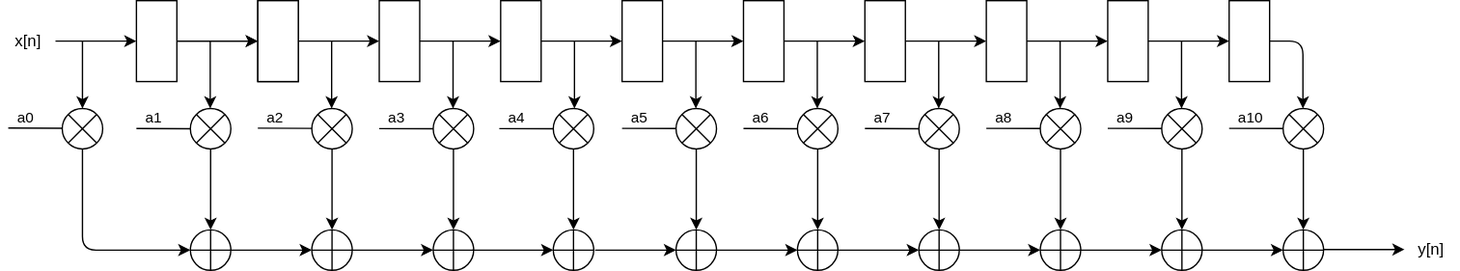
Above: report/schematic/FIR.svg in lorenzocarrano/ISA_2021_Group21_Labs (draw.io), before the change. Source tidied: cells renumbered, new cells last; positions are measured from the earlier drawing's top-left corner, leaving out a move shared by most shapes.
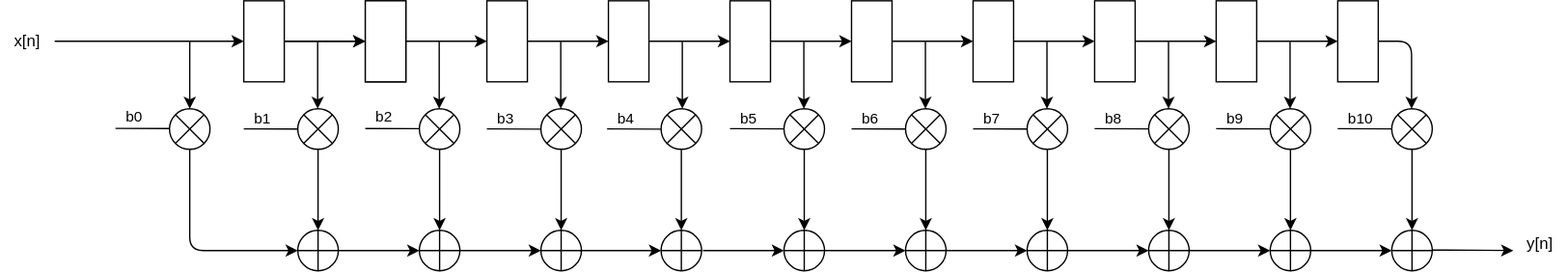
Above is the later version.

Commit message:
New filter schematic

What changed in the source:
```diff
@@ -26,7 +26,7 @@
         <mxPoint x="100" y="94.9" as="sourcePoint" />
       </mxGeometry>
     </mxCell>
-    <mxCell id="8" value="a1" style="edgeLabel;html=1;align=left;verticalAlign=bottom;labelPosition=right;verticalLabelPosition=top;" parent="7" vertex="1">
+    <mxCell id="8" value="b1" style="edgeLabel;html=1;align=left;verticalAlign=bottom;labelPosition=right;verticalLabelPosition=top;" parent="7" vertex="1">
       <mxGeometry x="-0.73" relative="1" as="geometry" />
     </mxCell>
     <mxCell id="9" style="verticalLabelPosition=bottom;verticalAlign=top;html=1;shape=mxgraph.flowchart.or;" parent="1" vertex="1">
@@ -78,7 +78,7 @@
         <mxPoint x="60" y="15" as="targetPoint" />
       </mxGeometry>
     </mxCell>
-    <mxCell id="23" value="a4" style="edgeLabel;html=1;align=left;verticalAlign=bottom;labelPosition=right;verticalLabelPosition=top;" parent="22" vertex="1">
+    <mxCell id="23" value="b4" style="edgeLabel;html=1;align=left;verticalAlign=bottom;labelPosition=right;verticalLabelPosition=top;" parent="22" vertex="1">
       <mxGeometry x="-0.73" relative="1" as="geometry" />
     </mxCell>
     <mxCell id="24" style="group;" parent="1" vertex="1">
@@ -104,7 +104,7 @@
         <mxPoint x="60" y="14.8" as="targetPoint" />
       </mxGeometry>
     </mxCell>
-    <mxCell id="30" value="a5" style="edgeLabel;html=1;align=left;verticalAlign=bottom;labelPosition=right;verticalLabelPosition=top;" parent="29" vertex="1">
+    <mxCell id="30" value="b5" style="edgeLabel;html=1;align=left;verticalAlign=bottom;labelPosition=right;verticalLabelPosition=top;" parent="29" vertex="1">
       <mxGeometry x="-0.73" relative="1" as="geometry" />
     </mxCell>
     <mxCell id="31" style="group;" parent="1" vertex="1">
@@ -130,7 +130,7 @@
         <mxPoint x="60" y="15" as="targetPoint" />
       </mxGeometry>
     </mxCell>
-    <mxCell id="37" value="a6" style="edgeLabel;html=1;align=left;verticalAlign=bottom;labelPosition=right;verticalLabelPosition=top;" parent="36" vertex="1">
+    <mxCell id="37" value="b6" style="edgeLabel;html=1;align=left;verticalAlign=bottom;labelPosition=right;verticalLabelPosition=top;" parent="36" vertex="1">
       <mxGeometry x="-0.73" relative="1" as="geometry" />
     </mxCell>
     <mxCell id="38" style="group;" parent="1" vertex="1">
@@ -156,7 +156,7 @@
         <mxPoint x="60" y="15" as="targetPoint" />
       </mxGeometry>
     </mxCell>
-    <mxCell id="44" value="a7" style="edgeLabel;html=1;align=left;verticalAlign=bottom;labelPosition=right;verticalLabelPosition=top;" parent="43" vertex="1">
+    <mxCell id="44" value="b7" style="edgeLabel;html=1;align=left;verticalAlign=bottom;labelPosition=right;verticalLabelPosition=top;" parent="43" vertex="1">
       <mxGeometry x="-0.73" relative="1" as="geometry" />
     </mxCell>
     <mxCell id="45" style="group;" parent="1" vertex="1">
@@ -182,7 +182,7 @@
         <mxPoint x="60" y="14.8" as="targetPoint" />
       </mxGeometry>
     </mxCell>
-    <mxCell id="51" value="a8" style="edgeLabel;html=1;align=left;verticalAlign=bottom;labelPosition=right;verticalLabelPosition=top;" parent="50" vertex="1">
+    <mxCell id="51" value="b8" style="edgeLabel;html=1;align=left;verticalAlign=bottom;labelPosition=right;verticalLabelPosition=top;" parent="50" vertex="1">
       <mxGeometry x="-0.73" relative="1" as="geometry" />
     </mxCell>
     <mxCell id="52" style="group;" parent="1" vertex="1">
@@ -208,7 +208,7 @@
         <mxPoint x="60" y="14.8" as="targetPoint" />
       </mxGeometry>
     </mxCell>
-    <mxCell id="58" value="a9" style="edgeLabel;html=1;align=left;verticalAlign=bottom;labelPosition=right;verticalLabelPosition=top;" parent="57" vertex="1">
+    <mxCell id="58" value="b9" style="edgeLabel;html=1;align=left;verticalAlign=bottom;labelPosition=right;verticalLabelPosition=top;" parent="57" vertex="1">
       <mxGeometry x="-0.73" relative="1" as="geometry" />
     </mxCell>
     <mxCell id="59" style="group;" parent="1" vertex="1">
@@ -234,13 +234,17 @@
         <mxPoint x="60" y="14.8" as="targetPoint" />
       </mxGeometry>
     </mxCell>
-    <mxCell id="65" value="a10" style="edgeLabel;html=1;align=left;verticalAlign=bottom;labelPosition=right;verticalLabelPosition=top;" parent="64" vertex="1">
+    <mxCell id="65" value="b10" style="edgeLabel;html=1;align=left;verticalAlign=bottom;labelPosition=right;verticalLabelPosition=top;" parent="64" vertex="1">
       <mxGeometry x="-0.73" relative="1" as="geometry" />
     </mxCell>
-    <mxCell id="66" style="endArrow=classic;html=1;edgeStyle=orthogonalEdgeStyle;elbow=vertical;entryX=0;entryY=0.5;entryDx=0;entryDy=0;entryPerimeter=0;" parent="1" edge="1">
+    <mxCell id="66" style="endArrow=classic;html=1;edgeStyle=orthogonalEdgeStyle;elbow=vertical;" parent="1" edge="1">
       <mxGeometry relative="1" as="geometry">
         <mxPoint x="980" y="184.6" as="sourcePoint" />
-        <mxPoint x="1040" y="184.6" as="targetPoint" />
+        <mxPoint x="1040" y="185" as="targetPoint" />
+        <Array as="points">
+          <mxPoint x="1000" y="185" />
+          <mxPoint x="1000" y="185" />
+        </Array>
       </mxGeometry>
     </mxCell>
     <mxCell id="67" style="endArrow=none;html=1;entryX=0;entryY=0.5;entryDx=0;entryDy=0;entryPerimeter=0;" parent="1" edge="1">
@@ -249,7 +253,7 @@
         <mxPoint x="45" y="94.6" as="targetPoint" />
       </mxGeometry>
     </mxCell>
-    <mxCell id="68" value="a0" style="edgeLabel;html=1;align=left;verticalAlign=bottom;labelPosition=right;verticalLabelPosition=top;" parent="67" vertex="1">
+    <mxCell id="68" value="b0" style="edgeLabel;html=1;align=left;verticalAlign=bottom;labelPosition=right;verticalLabelPosition=top;" parent="67" vertex="1">
       <mxGeometry x="-0.73" relative="1" as="geometry" />
     </mxCell>
     <mxCell id="69" style="endArrow=none;html=1;entryX=0;entryY=0.5;entryDx=0;entryDy=0;entryPerimeter=0;" parent="1" edge="1">
@@ -258,7 +262,7 @@
         <mxPoint x="230" y="94.7" as="targetPoint" />
       </mxGeometry>
     </mxCell>
-    <mxCell id="70" value="a2" style="edgeLabel;html=1;align=left;verticalAlign=bottom;labelPosition=right;verticalLabelPosition=top;" parent="69" vertex="1">
+    <mxCell id="70" value="b2" style="edgeLabel;html=1;align=left;verticalAlign=bottom;labelPosition=right;verticalLabelPosition=top;" parent="69" vertex="1">
       <mxGeometry x="-0.73" relative="1" as="geometry" />
     </mxCell>
     <mxCell id="71" style="endArrow=none;html=1;entryX=0;entryY=0.5;entryDx=0;entryDy=0;entryPerimeter=0;" parent="1" edge="1">
@@ -267,12 +271,12 @@
         <mxPoint x="320" y="95" as="targetPoint" />
       </mxGeometry>
     </mxCell>
-    <mxCell id="72" value="a3" style="edgeLabel;html=1;align=left;verticalAlign=bottom;labelPosition=right;verticalLabelPosition=top;" parent="71" vertex="1">
+    <mxCell id="72" value="b3" style="edgeLabel;html=1;align=left;verticalAlign=bottom;labelPosition=right;verticalLabelPosition=top;" parent="71" vertex="1">
       <mxGeometry x="-0.73" relative="1" as="geometry" />
     </mxCell>
     <mxCell id="73" style="endArrow=classic;html=1;" parent="1" edge="1">
       <mxGeometry relative="1" as="geometry">
-        <mxPoint x="40" y="30" as="sourcePoint" />
+        <mxPoint x="-40" y="30" as="sourcePoint" />
         <mxPoint x="100" y="30" as="targetPoint" />
         <Array as="points">
           <mxPoint x="70" y="30" />
@@ -496,10 +500,10 @@
       </mxGeometry>
     </mxCell>
     <mxCell id="106" value="x[n]" style="text;html=1;strokeColor=none;fillColor=none;align=center;verticalAlign=middle;whiteSpace=wrap;rounded=0;" parent="1" vertex="1">
-      <mxGeometry y="20" width="40" height="20" as="geometry" />
+      <mxGeometry x="-80" y="20" width="40" height="20" as="geometry" />
     </mxCell>
     <mxCell id="107" value="y[n]" style="text;html=1;strokeColor=none;fillColor=none;align=center;verticalAlign=middle;whiteSpace=wrap;rounded=0;" parent="1" vertex="1">
-      <mxGeometry x="1040" y="175" width="40" height="20" as="geometry" />
+      <mxGeometry x="1040" y="170" width="40" height="20" as="geometry" />
     </mxCell>
   </root>
 </mxGraphModel>
```
